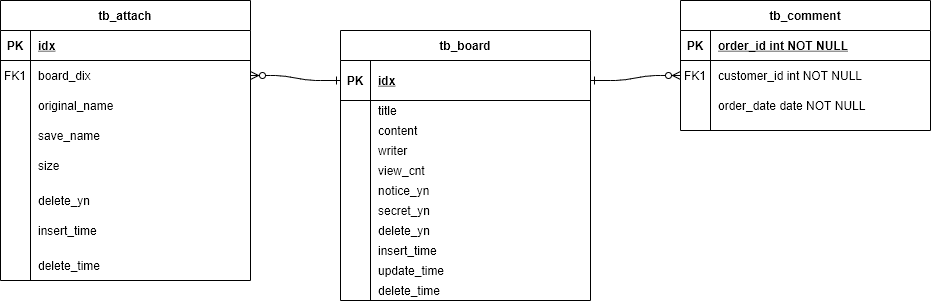
This is SBBT_DB_Diagram.png from SilicaDurumi/draw.io, a draw.io export, as it was before one commit. Source tidied: cells renumbered, new cells last; positions are measured from the earlier drawing's top-left corner, leaving out a move shared by most shapes.
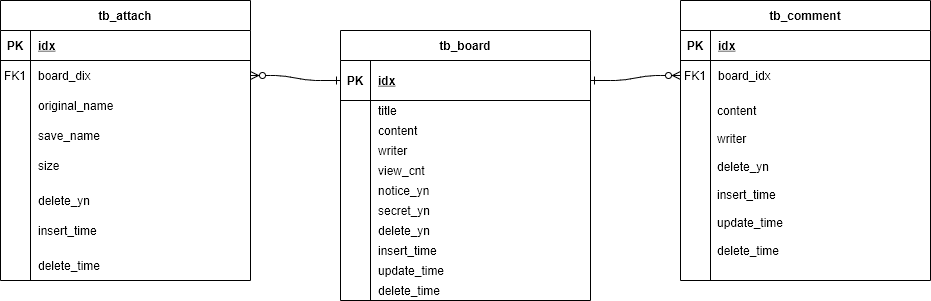
Later version of the same file.

Change to the diagram source:
```diff
@@ -9,7 +9,7 @@
       <mxGeometry relative="1" as="geometry" />
     </mxCell>
     <mxCell id="4" value="tb_comment" style="shape=table;startSize=30;rowLines=0;fontStyle=1;align=center;" parent="1" vertex="1">
-      <mxGeometry x="680" width="250" height="130" as="geometry" />
+      <mxGeometry x="680" width="250" height="280" as="geometry" />
     </mxCell>
     <mxCell id="5" style="shape=partialRectangle;fillColor=none;top=0;left=0;right=0;bottom=1;" parent="4" vertex="1">
       <mxGeometry y="30" width="250" height="30" as="geometry" />
@@ -17,7 +17,7 @@
     <mxCell id="6" value="PK" style="shape=partialRectangle;overflow=hidden;fillColor=none;top=0;left=0;bottom=0;right=0;fontStyle=1;" parent="5" vertex="1">
       <mxGeometry width="30" height="30" as="geometry" />
     </mxCell>
-    <mxCell id="7" value="order_id int NOT NULL " style="shape=partialRectangle;overflow=hidden;fillColor=none;top=0;left=0;bottom=0;right=0;align=left;spacingLeft=6;fontStyle=5;" parent="5" vertex="1">
+    <mxCell id="7" value="idx" style="shape=partialRectangle;overflow=hidden;fillColor=none;top=0;left=0;bottom=0;right=0;align=left;spacingLeft=6;fontStyle=5;" parent="5" vertex="1">
       <mxGeometry x="30" width="220" height="30" as="geometry" />
     </mxCell>
     <mxCell id="8" style="shape=partialRectangle;fillColor=none;points=[[0,0.5],[1,0.5]];portConstraint=eastwest;top=0;left=0;right=0;bottom=0;" parent="4" vertex="1">
@@ -26,7 +26,7 @@
     <mxCell id="9" value="FK1" style="shape=partialRectangle;overflow=hidden;fillColor=none;top=0;left=0;bottom=0;right=0;" parent="8" vertex="1">
       <mxGeometry width="30" height="30" as="geometry" />
     </mxCell>
-    <mxCell id="10" value="customer_id int NOT NULL" style="shape=partialRectangle;overflow=hidden;fillColor=none;top=0;left=0;bottom=0;right=0;align=left;spacingLeft=6;" parent="8" vertex="1">
+    <mxCell id="10" value="board_idx" style="shape=partialRectangle;overflow=hidden;fillColor=none;top=0;left=0;bottom=0;right=0;align=left;spacingLeft=6;" parent="8" vertex="1">
       <mxGeometry x="30" width="220" height="30" as="geometry" />
     </mxCell>
     <mxCell id="11" style="shape=partialRectangle;fillColor=none;top=0;left=0;right=0;bottom=0;" parent="4" vertex="1">
@@ -35,7 +35,7 @@
     <mxCell id="12" style="shape=partialRectangle;overflow=hidden;fillColor=none;top=0;left=0;bottom=0;right=0;" parent="11" vertex="1">
       <mxGeometry width="30" height="30" as="geometry" />
     </mxCell>
-    <mxCell id="13" value="order_date date NOT NULL" style="shape=partialRectangle;overflow=hidden;fillColor=none;top=0;left=0;bottom=0;right=0;align=left;spacingLeft=6;" parent="11" vertex="1">
+    <mxCell id="13" style="shape=partialRectangle;overflow=hidden;fillColor=none;top=0;left=0;bottom=0;right=0;align=left;spacingLeft=6;" parent="11" vertex="1">
       <mxGeometry x="30" width="220" height="30" as="geometry" />
     </mxCell>
     <mxCell id="14" value="tb_attach" style="shape=table;startSize=30;rowLines=0;fontStyle=1;align=center;" parent="1" vertex="1">
@@ -131,5 +131,8 @@
     <mxCell id="44" value="save_name" style="shape=partialRectangle;overflow=hidden;fillColor=none;top=0;left=0;bottom=0;right=0;align=left;spacingLeft=6;" parent="1" vertex="1">
       <mxGeometry x="30" y="120" width="220" height="30" as="geometry" />
     </mxCell>
+    <mxCell id="45" value="&lt;p style=&quot;line-height: 120%&quot;&gt;&lt;/p&gt;&lt;div style=&quot;text-align: left&quot;&gt;&lt;span&gt;content&lt;/span&gt;&lt;/div&gt;&lt;div style=&quot;text-align: left&quot;&gt;&lt;span&gt;&lt;br&gt;&lt;/span&gt;&lt;/div&gt;&lt;div style=&quot;text-align: left&quot;&gt;&lt;span&gt;writer&lt;/span&gt;&lt;br&gt;&lt;/div&gt;&lt;div style=&quot;text-align: left&quot;&gt;&lt;span&gt;&lt;br&gt;&lt;/span&gt;&lt;/div&gt;&lt;div style=&quot;text-align: left&quot;&gt;&lt;span&gt;delete_yn&lt;/span&gt;&lt;br&gt;&lt;/div&gt;&lt;div style=&quot;text-align: left&quot;&gt;&lt;span&gt;&lt;br&gt;&lt;/span&gt;&lt;/div&gt;&lt;div style=&quot;text-align: left&quot;&gt;&lt;span&gt;insert_time&lt;/span&gt;&lt;br&gt;&lt;/div&gt;&lt;div style=&quot;text-align: left&quot;&gt;&lt;span&gt;&lt;br&gt;&lt;/span&gt;&lt;/div&gt;&lt;div style=&quot;text-align: left&quot;&gt;&lt;span&gt;update_time&lt;/span&gt;&lt;br&gt;&lt;/div&gt;&lt;div style=&quot;text-align: left&quot;&gt;&lt;span&gt;&lt;br&gt;&lt;/span&gt;&lt;/div&gt;&lt;div style=&quot;text-align: left&quot;&gt;&lt;span&gt;delete_time&lt;/span&gt;&lt;br&gt;&lt;/div&gt;&lt;p&gt;&lt;/p&gt;" style="text;html=1;strokeColor=none;fillColor=none;align=center;verticalAlign=middle;whiteSpace=wrap;rounded=0;" parent="1" vertex="1">
+      <mxGeometry x="710" y="90" width="80" height="180" as="geometry" />
+    </mxCell>
   </root>
 </mxGraphModel>
```
